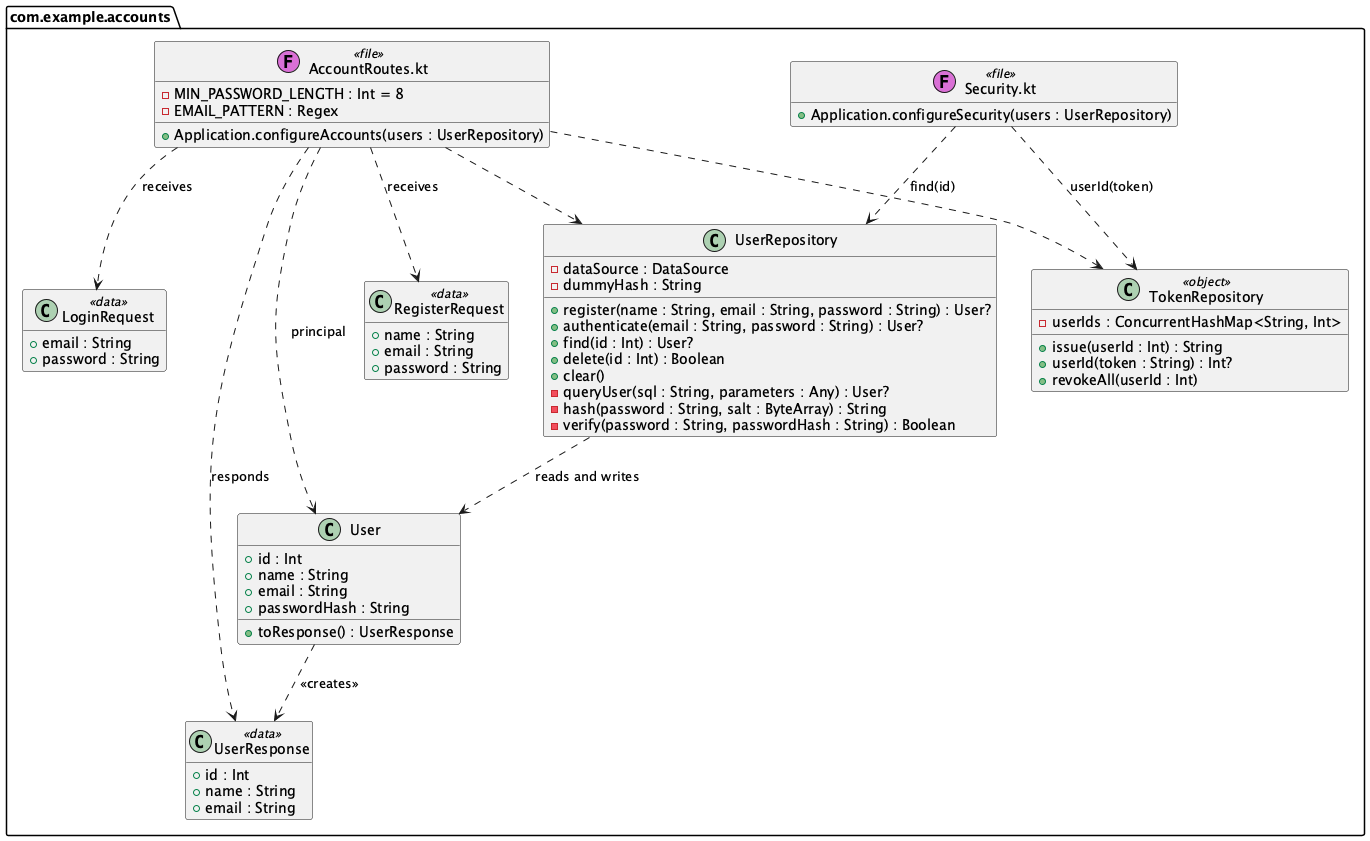
Rent-a-car-38291/rent-a-car keeps this PlantUML diagram as docs/diagrams/class-accounts.png. Above is the earlier version.
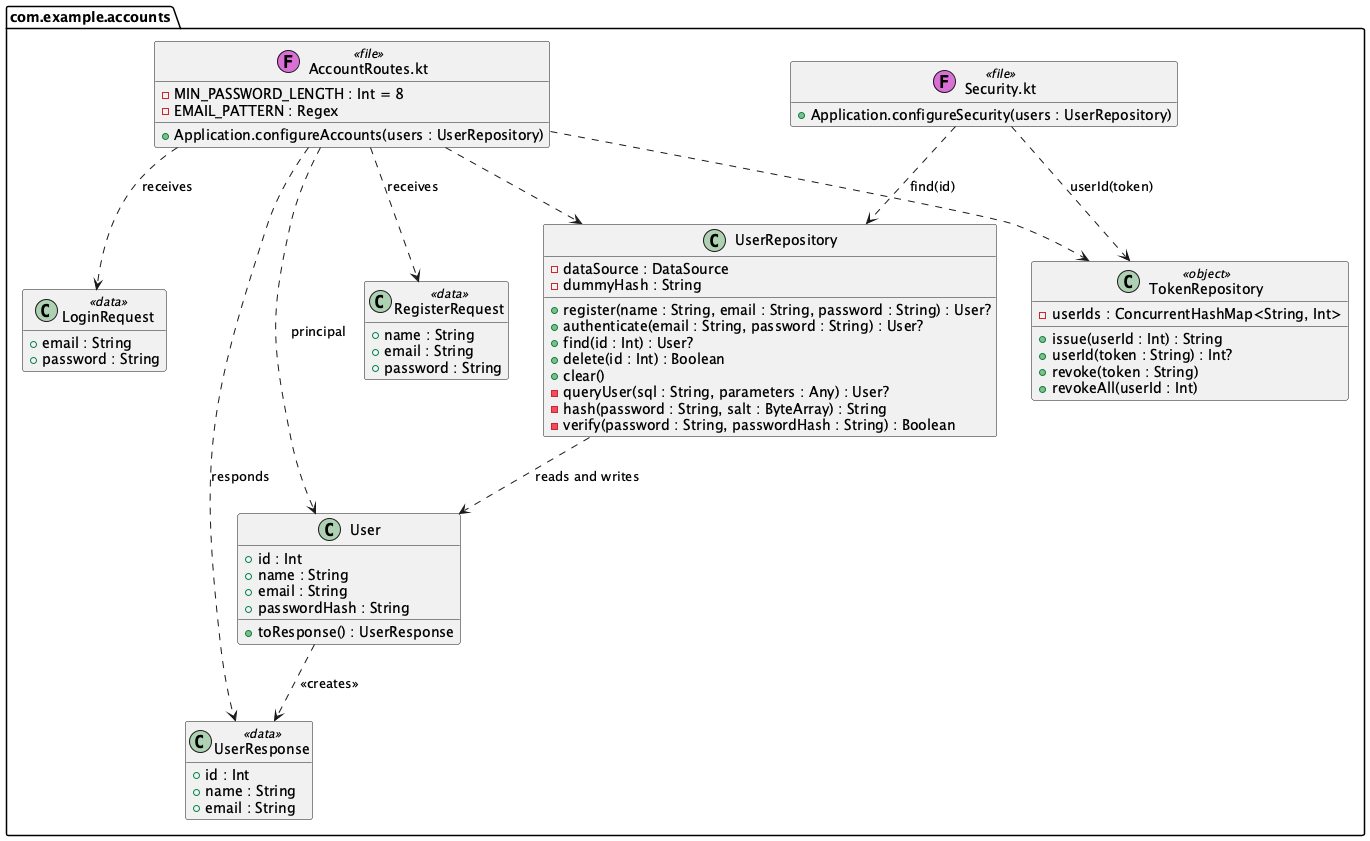
Above is the later version.

What changed in the source:
```diff
@@ -48,6 +48,7 @@
     - userIds : ConcurrentHashMap<String, Int>
     + issue(userId : Int) : String
     + userId(token : String) : Int?
+    + revoke(token : String)
     + revokeAll(userId : Int)
   }
 }
```
